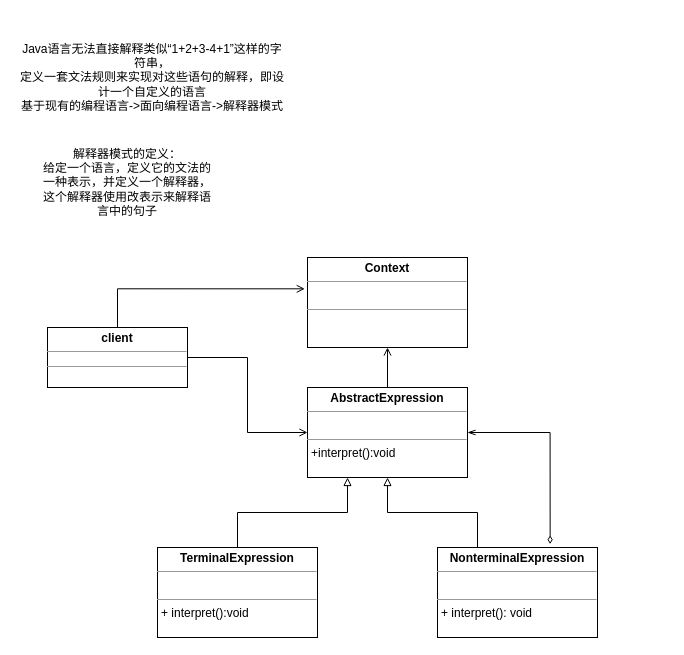
Earlier version of the draw.io diagram 解释器模式.drawio (VilaNan/design-pattern). Source tidied: cells renumbered, new cells numbered last; positions are measured from the earlier drawing's top-left corner, leaving out a move shared by most shapes. Both pictures are drawn from the tidied source at 100%, with x=0, y=0 at pixel (17, 17).
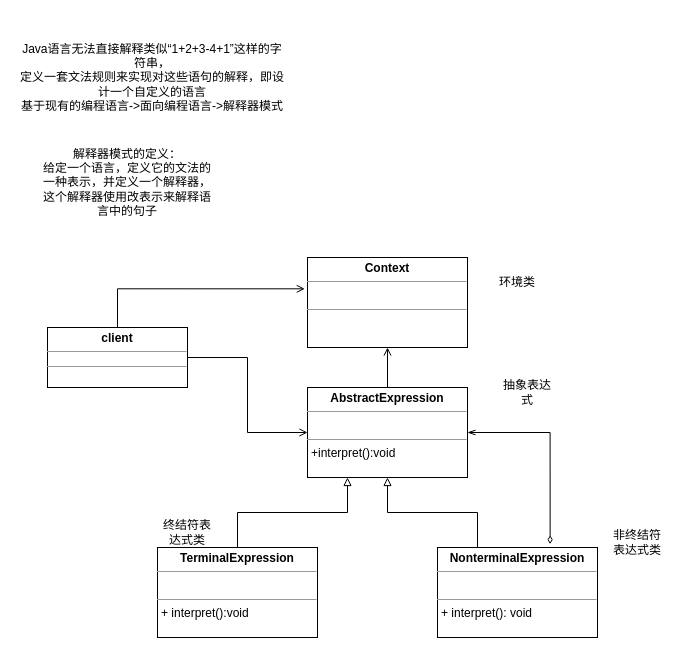
The same page after the edit.

Commit message (it also covers changes not shown here):
更新解释器模式.drawio

Change to the diagram source:
```diff
@@
+    <mxCell id="15" value="终结符表达式类" style="text;html=1;strokeColor=none;fillColor=none;align=center;verticalAlign=middle;whiteSpace=wrap;rounded=0;" parent="1" vertex="1">
+      <mxGeometry x="140" y="500" width="60" height="30" as="geometry" />
+    </mxCell>
+    <mxCell id="16" value="非终结符表达式类" style="text;html=1;strokeColor=none;fillColor=none;align=center;verticalAlign=middle;whiteSpace=wrap;rounded=0;" parent="1" vertex="1">
+      <mxGeometry x="590" y="510" width="60" height="30" as="geometry" />
+    </mxCell>
+    <mxCell id="17" value="抽象表达式" style="text;html=1;strokeColor=none;fillColor=none;align=center;verticalAlign=middle;whiteSpace=wrap;rounded=0;" parent="1" vertex="1">
+      <mxGeometry x="480" y="360" width="60" height="30" as="geometry" />
+    </mxCell>
+    <mxCell id="18" value="环境类" style="text;html=1;strokeColor=none;fillColor=none;align=center;verticalAlign=middle;whiteSpace=wrap;rounded=0;" parent="1" vertex="1">
+      <mxGeometry x="470" y="250" width="60" height="30" as="geometry" />
+    </mxCell>
```
